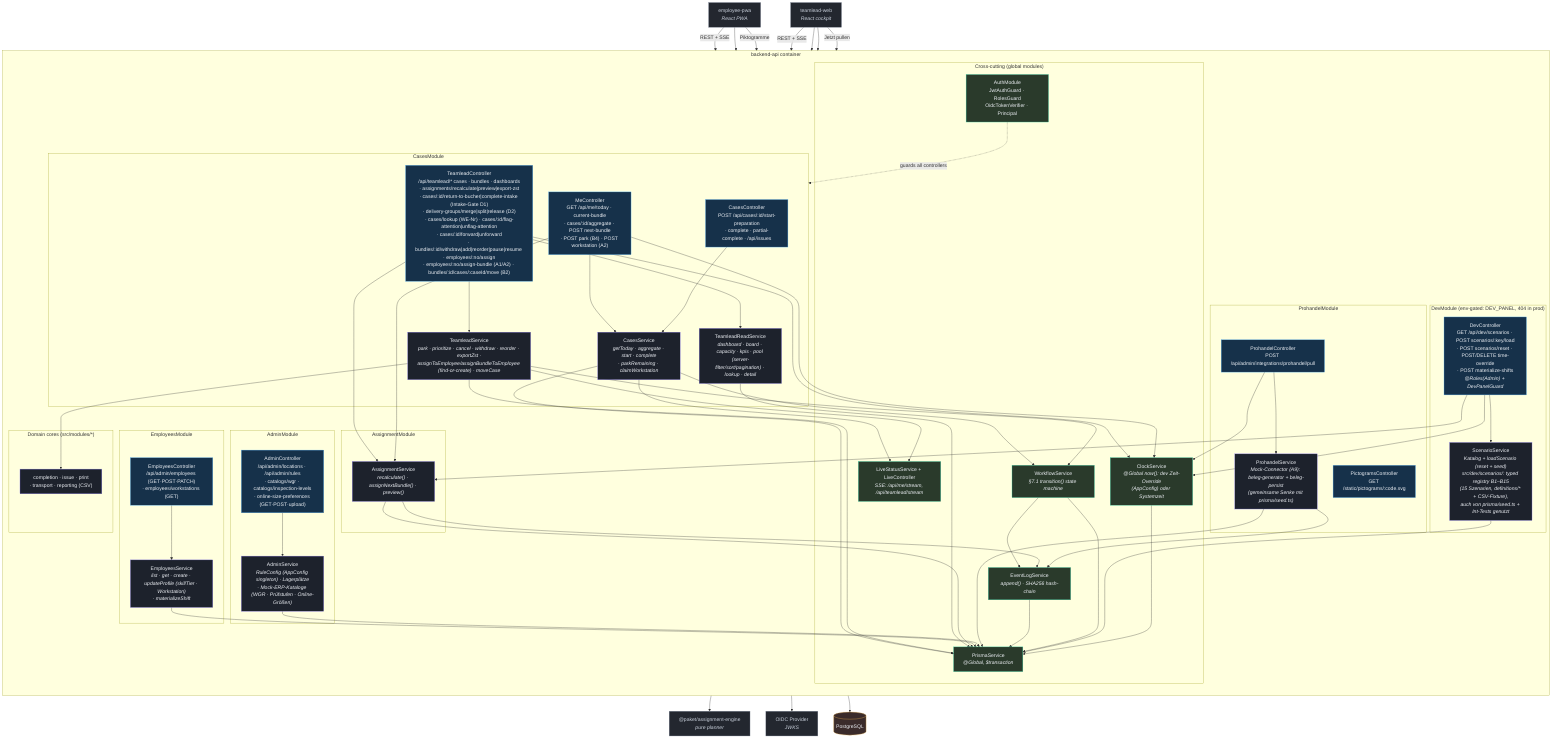
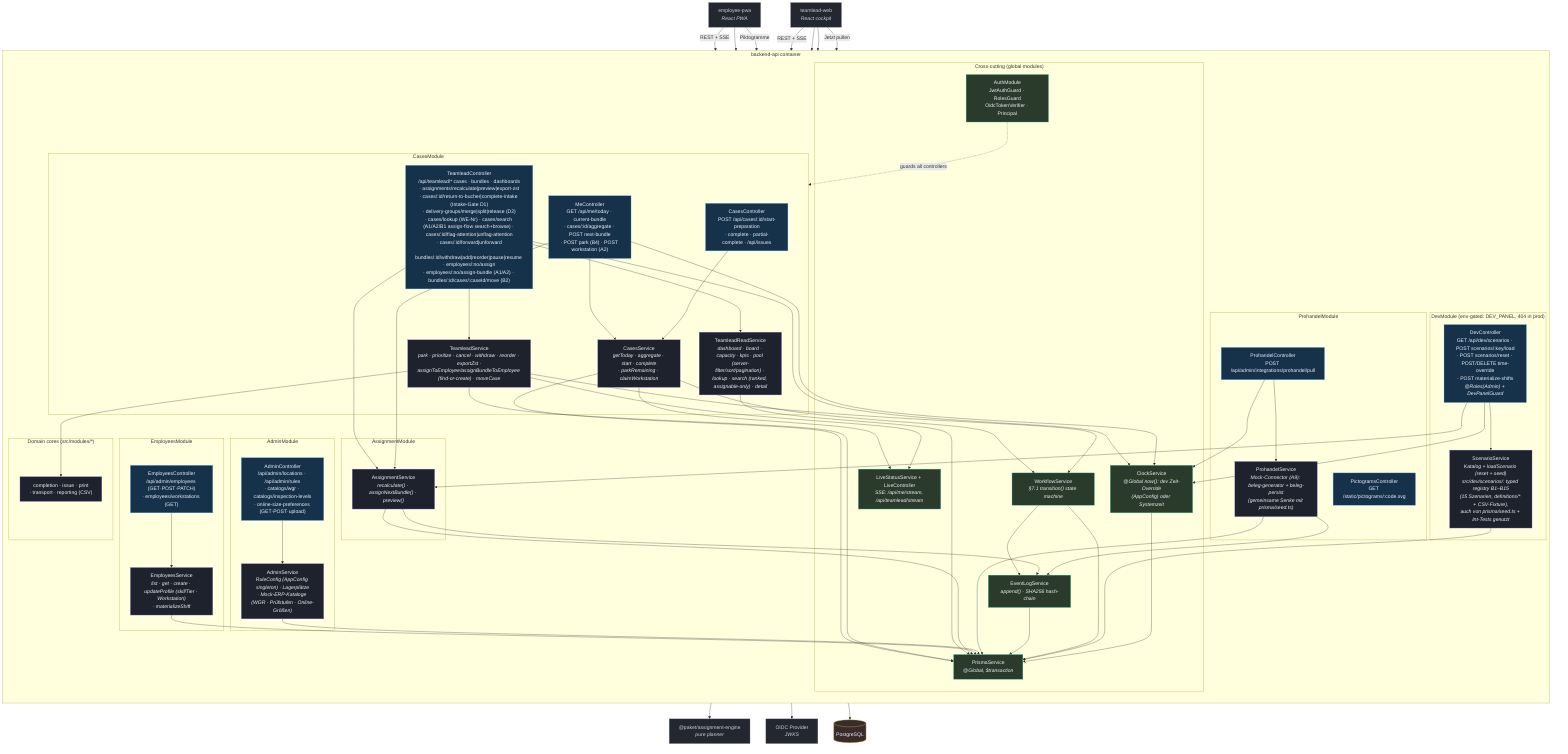
%% C4 Level 3 — Components: backend-api (NestJS on Fastify)
%% Verified against apps/backend-api/src/* (app.module.ts, cases/, assignment/, employees/,
%% admin/, prohandel/, workflow/, events/, live/, auth/, prisma/, clock/, dev/, health/, openapi/).
flowchart TB
    classDef ctrl fill:#16314a,stroke:#56b6ff,color:#eef1f6;
    classDef svc fill:#1d222c,stroke:#8b7cf6,color:#eef1f6;
    classDef cross fill:#2a3a2b,stroke:#2dd4a7,color:#eef1f6;
    classDef ext fill:#23272f,stroke:#7c8696,color:#cbd2dd;
    classDef store fill:#3a2b2b,stroke:#f5b955,color:#eef1f6;

    pwa["employee-pwa<br/><i>React PWA</i>"]:::ext
    web["teamlead-web<br/><i>React cockpit</i>"]:::ext
    oidc["OIDC Provider<br/><i>JWKS</i>"]:::ext
    db[("PostgreSQL")]:::store
    enginePkg["@paket/assignment-engine<br/><i>pure planner</i>"]:::ext

    subgraph api["backend-api container"]
        direction TB

        subgraph crosscut["Cross-cutting (global modules)"]
            auth["AuthModule<br/>JwtAuthGuard · RolesGuard<br/>OidcTokenVerifier · Principal"]:::cross
            prisma["PrismaService<br/><i>@Global, $transaction</i>"]:::cross
            events["EventLogService<br/><i>append() · SHA256 hash-chain</i>"]:::cross
            workflow["WorkflowService<br/><i>§7.1 transition() state machine</i>"]:::cross
            live["LiveStatusService + LiveController<br/><i>SSE: /api/me/stream, /api/teamlead/stream</i>"]:::cross
            clock["ClockService<br/><i>@Global now(): dev Zeit-Override<br/>(AppConfig) oder Systemzeit</i>"]:::cross
        end

        subgraph cases["CasesModule"]
            meCtrl["MeController<br/>GET /api/me/today · current-bundle<br/>· cases/:id/aggregate · POST next-bundle<br/>· POST park (B4) · POST workstation (A2)"]:::ctrl
            casesCtrl["CasesController<br/>POST /api/cases/:id/start-preparation<br/>· complete · partial-complete · /api/issues"]:::ctrl
-             tlCtrl["TeamleadController<br/>/api/teamlead/* cases · bundles · dashboards<br/>· assignments/recalculate|preview|export-zst<br/>· cases/:id/return-to-bucher|complete-intake (Intake-Gate D1)<br/>· delivery-groups/merge|split|release (D2)<br/>· cases/lookup (WE-Nr) · cases/:id/flag-attention|unflag-attention<br/>· cases/:id/forward|unforward<br/>· bundles/:id/withdraw|add|reorder|pause|resume · employees/:no/assign<br/>· employees/:no/assign-bundle (A1/A2) · bundles/:id/cases/:caseId/move (B2)"]:::ctrl
+             tlCtrl["TeamleadController<br/>/api/teamlead/* cases · bundles · dashboards<br/>· assignments/recalculate|preview|export-zst<br/>· cases/:id/return-to-bucher|complete-intake (Intake-Gate D1)<br/>· delivery-groups/merge|split|release (D2)<br/>· cases/lookup (WE-Nr) · cases/search (A1/A2/B1 assign-flow search+browse) · cases/:id/flag-attention|unflag-attention<br/>· cases/:id/forward|unforward<br/>· bundles/:id/withdraw|add|reorder|pause|resume · employees/:no/assign<br/>· employees/:no/assign-bundle (A1/A2) · bundles/:id/cases/:caseId/move (B2)"]:::ctrl
            casesSvc["CasesService<br/><i>getToday · aggregate · start · complete<br/>· parkRemaining · claimWorkstation</i>"]:::svc
            tlSvc["TeamleadService<br/><i>park · prioritize · cancel · withdraw · reorder · exportZst ·<br/>assignToEmployee/assignBundleToEmployee (find-or-create) · moveCase</i>"]:::svc
-             tlRead["TeamleadReadService<br/><i>dashboard · board · capacity · kpis · pool (server-filter/sort/pagination) · lookup · detail</i>"]:::svc
+             tlRead["TeamleadReadService<br/><i>dashboard · board · capacity · kpis · pool (server-filter/sort/pagination) · lookup · search (ranked, assignable-only) · detail</i>"]:::svc
        end

        subgraph assignment["AssignmentModule"]
            asgSvc["AssignmentService<br/><i>recalculate() · assignNextBundle() · preview()</i>"]:::svc
        end

        subgraph empl["EmployeesModule"]
            emplCtrl["EmployeesController<br/>/api/admin/employees (GET·POST·PATCH)<br/>· employees/workstations (GET)"]:::ctrl
            emplSvc["EmployeesService<br/><i>list · get · create · updateProfile (skillTier · Workstation)<br/>· materializeShift</i>"]:::svc
        end

        subgraph adminMod["AdminModule"]
            adminCtrl["AdminController<br/>/api/admin/locations · /api/admin/rules<br/>· catalogs/wgr · catalogs/inspection-levels<br/>· online-size-preferences (GET·POST·upload)"]:::ctrl
            adminSvc["AdminService<br/><i>RuleConfig (AppConfig singleton) · Lagerplätze<br/>· Mock-ERP-Kataloge (WGR · Prüfstufen · Online-Größen)</i>"]:::svc
        end

        subgraph prohandel["ProhandelModule"]
            phCtrl["ProhandelController<br/>POST /api/admin/integrations/prohandel/pull"]:::ctrl
            pictoCtrl["PictogramsController<br/>GET /static/pictograms/:code.svg"]:::ctrl
            phSvc["ProhandelService<br/><i>Mock-Connector (A9): beleg-generator + beleg-persist<br/>(gemeinsame Senke mit prisma/seed.ts)</i>"]:::svc
        end

        subgraph devMod["DevModule (env-gated: DEV_PANEL, 404 in prod)"]
            devCtrl["DevController<br/>GET /api/dev/scenarios · POST scenarios/:key/load<br/>· POST scenarios/reset · POST/DELETE time-override<br/>· POST materialize-shifts<br/><i>@Roles(Admin) + DevPanelGuard</i>"]:::ctrl
            scenSvc["ScenarioService<br/><i>Katalog + loadScenario (reset + seed)<br/>src/dev/scenarios/: typed registry B1–B15<br/>(15 Szenarien, definitions/* + CSV-Fixture),<br/>auch von prisma/seed.ts + Int-Tests genutzt</i>"]:::svc
        end

        subgraph dom["Domain cores (src/modules/*)"]
            mods["completion · issue · print<br/>· transport · reporting (CSV)"]:::svc
        end
    end

    pwa -->|"REST + SSE"| meCtrl
    pwa --> casesCtrl
    pwa -->|"Piktogramme"| pictoCtrl
    web -->|"REST + SSE"| tlCtrl
    web --> emplCtrl
    web --> adminCtrl
    web -->|"Jetzt pullen"| phCtrl

    meCtrl --> casesSvc
    casesCtrl --> casesSvc
    tlCtrl --> tlSvc
    tlCtrl --> tlRead
    tlCtrl --> asgSvc
    meCtrl --> asgSvc
    emplCtrl --> emplSvc
    adminCtrl --> adminSvc
    phCtrl --> phSvc
    devCtrl --> scenSvc
    devCtrl --> asgSvc
    tlCtrl --> clock
    meCtrl --> clock
    phCtrl --> clock
    devCtrl --> clock

    casesSvc --> workflow
    tlSvc --> workflow
    workflow --> events
    casesSvc --> live
    tlSvc --> live
    asgSvc --> enginePkg
    asgSvc --> events
    phSvc --> events
    tlSvc --> mods

    auth -. "guards all controllers" .-> cases
    auth --> oidc
    casesSvc --> prisma
    tlSvc --> prisma
    tlRead --> prisma
    asgSvc --> prisma
    emplSvc --> prisma
    adminSvc --> prisma
    phSvc --> prisma
    events --> prisma
    workflow --> prisma
    scenSvc --> prisma
    clock --> prisma
    prisma --> db
